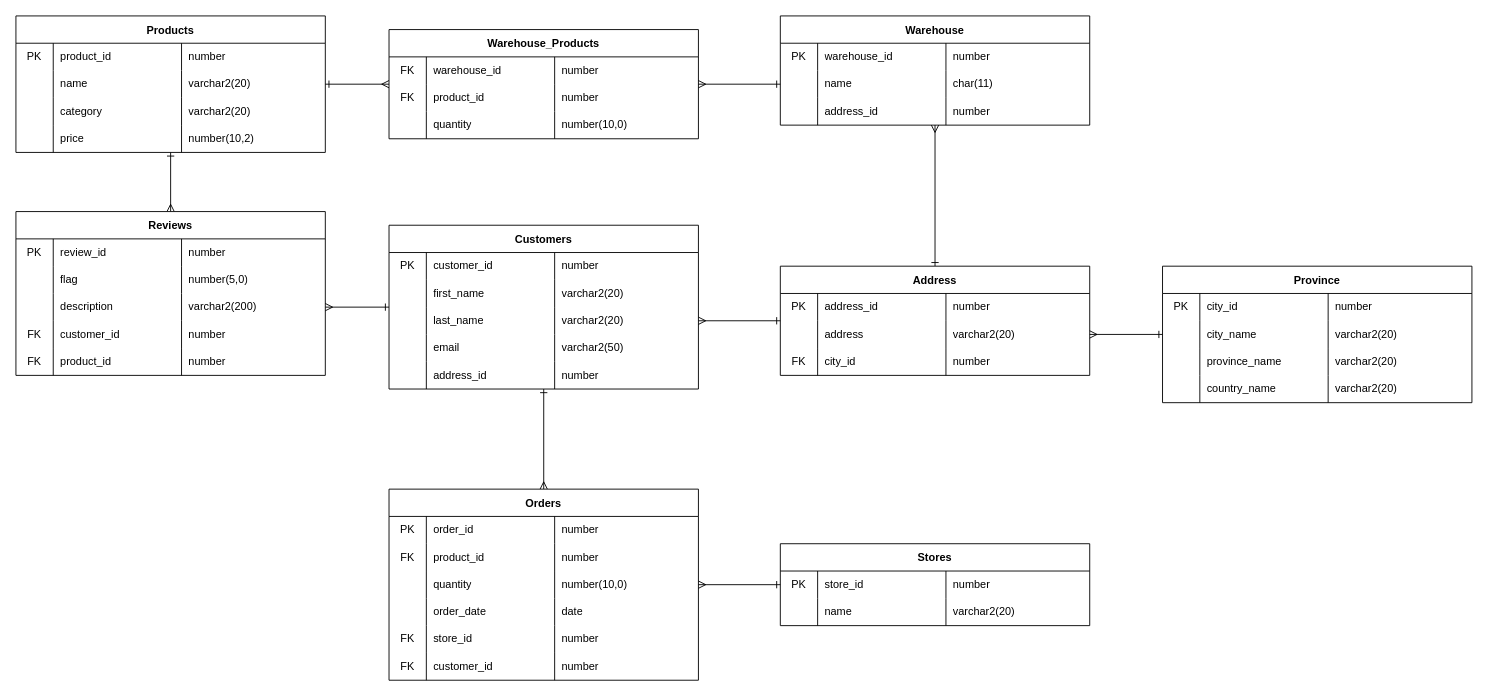
Before: documents/Design.drawio in harishuss1/Java-SQL-MegaStore, a draw.io diagram. Source tidied: cells renumbered, new cells numbered last; positions are measured from the earlier drawing's top-left corner, leaving out a move shared by most shapes. Both pictures are drawn from the tidied source at 91%, with x=0, y=0 at pixel (15, 15).
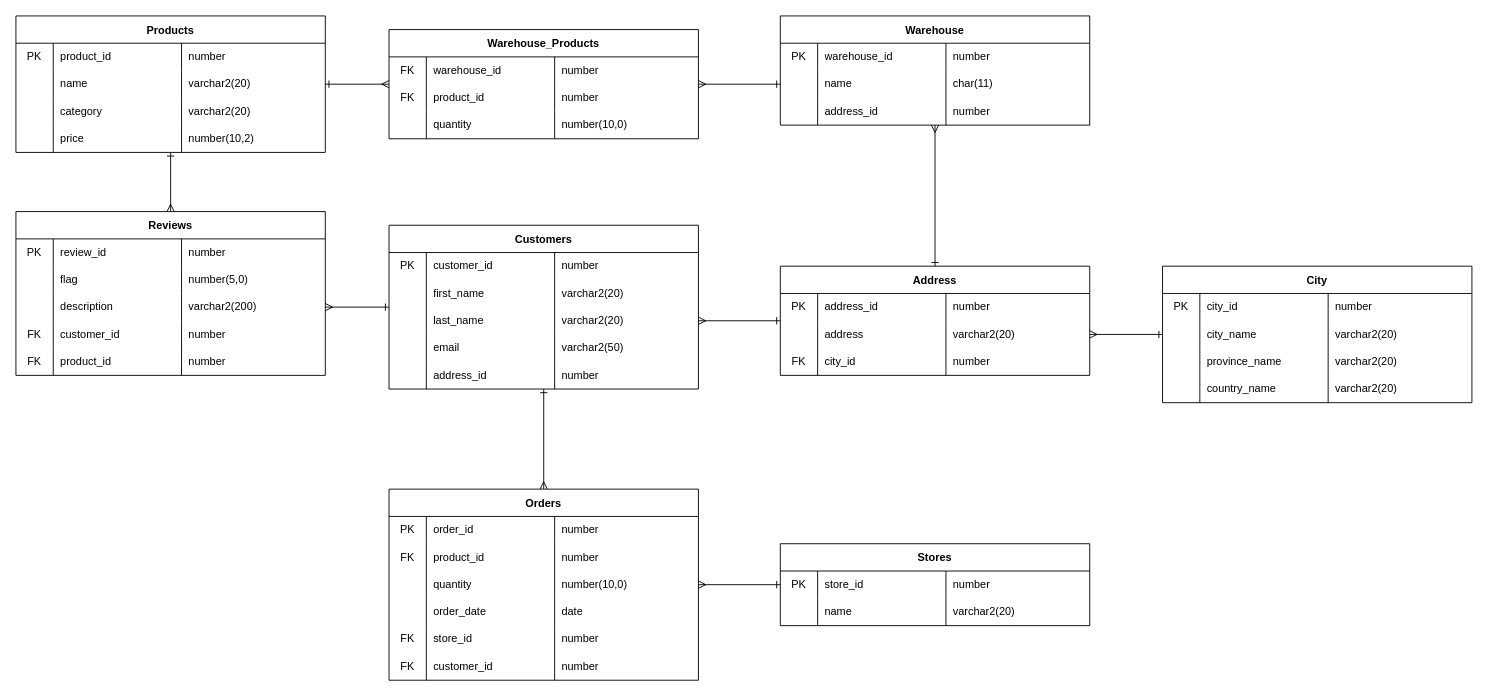
Above is the later version.

Change to the diagram source:
```diff
@@
-    <mxCell id="143" value="Province" style="shape=table;startSize=30;childLayout=tableLayout;rowLines=0;fontStyle=1;strokeWidth=1;" parent="1" vertex="1">
+    <mxCell id="143" value="City" style="shape=table;startSize=30;childLayout=tableLayout;rowLines=0;fontStyle=1;strokeWidth=1;" parent="1" vertex="1">
       <mxGeometry x="1260" y="275" width="340" height="150" as="geometry" />
     </mxCell>
```
